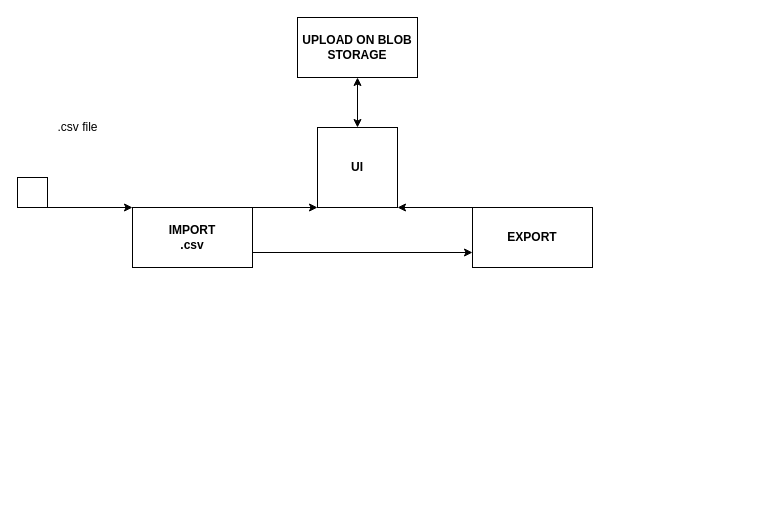
Earlier version of the draw.io diagram Untitled Diagram.drawio (jelenacoe/Intern). Source tidied: cells renumbered, new cells numbered last; positions are measured from the earlier drawing's top-left corner, leaving out a move shared by most shapes. Both pictures are drawn from the tidied source at 100%, with x=0, y=0 at pixel (17, 17).
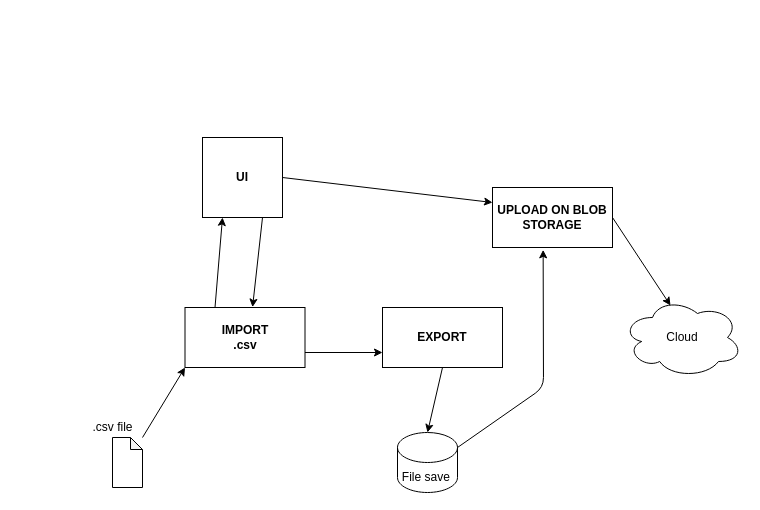
The same page after the edit.

The edit, as a diff of the source:
```diff
@@
-    <mxCell id="2" style="whiteSpace=wrap;html=1;" parent="1" vertex="1">
-      <mxGeometry y="160" width="30" height="30" as="geometry" />
-    </mxCell>
     <mxCell id="3" value="&lt;b&gt;IMPORT&lt;br&gt;.csv&lt;br&gt;&lt;/b&gt;" style="rounded=0;whiteSpace=wrap;html=1;" parent="1" vertex="1">
-      <mxGeometry x="115" y="190" width="120" height="60" as="geometry" />
+      <mxGeometry x="167.5" y="290" width="120" height="60" as="geometry" />
     </mxCell>
-    <mxCell id="4" style="endArrow=classic;html=1;exitX=0.75;exitY=1;exitDx=0;exitDy=0;entryX=0;entryY=0;entryDx=0;entryDy=0;" parent="1" edge="1" source="2" target="3">
-      <mxGeometry relative="1" as="geometry" />
+    <mxCell id="4" style="endArrow=classic;html=1;exitX=1;exitY=0;exitDx=0;exitDy=0;entryX=0;entryY=1;entryDx=0;entryDy=0;" parent="1" edge="1" target="3">
+      <mxGeometry relative="1" as="geometry">
+        <mxPoint x="125" y="420" as="sourcePoint" />
+        <Array as="points">
+          <mxPoint x="125" y="420" />
+        </Array>
+      </mxGeometry>
     </mxCell>
     <mxCell id="5" value="&lt;b&gt;EXPORT&lt;/b&gt;" style="rounded=0;whiteSpace=wrap;html=1;" parent="1" vertex="1">
-      <mxGeometry x="455" y="190" width="120" height="60" as="geometry" />
+      <mxGeometry x="365" y="290" width="120" height="60" as="geometry" />
     </mxCell>
     <mxCell id="6" value="&lt;b&gt;UI&lt;/b&gt;" style="whiteSpace=wrap;html=1;" parent="1" vertex="1">
-      <mxGeometry x="300" y="110" width="80" height="80" as="geometry" />
+      <mxGeometry x="185" y="120" width="80" height="80" as="geometry" />
     </mxCell>
     <mxCell id="7" value="&lt;b&gt;UPLOAD ON BLOB STORAGE&lt;/b&gt;" style="rounded=0;whiteSpace=wrap;html=1;" parent="1" vertex="1">
-      <mxGeometry x="280" width="120" height="60" as="geometry" />
+      <mxGeometry x="475" y="170" width="120" height="60" as="geometry" />
     </mxCell>
     <mxCell id="8" value=".csv file" style="text;html=1;align=center;verticalAlign=middle;" parent="1" vertex="1">
-      <mxGeometry x="30" y="100" width="60" height="20" as="geometry" />
+      <mxGeometry x="65" y="400" width="60" height="20" as="geometry" />
     </mxCell>
+    <mxCell id="11" style="endArrow=classic;html=1;exitX=1;exitY=0.75;exitDx=0;exitDy=0;entryX=0;entryY=0.75;entryDx=0;entryDy=0;" parent="1" edge="1" source="3" target="5">
+      <mxGeometry relative="1" as="geometry" />
+    </mxCell>
-    <mxCell id="9" style="endArrow=classic;html=1;exitX=1;exitY=0;exitDx=0;exitDy=0;entryX=0;entryY=1;entryDx=0;entryDy=0;" parent="1" edge="1" source="3" target="6">
+    <mxCell id="9" style="endArrow=classic;html=1;entryX=0.25;entryY=1;entryDx=0;entryDy=0;exitX=0.25;exitY=0;exitDx=0;exitDy=0;" parent="1" edge="1" source="3" target="6">
       <mxGeometry relative="1" as="geometry" />
     </mxCell>
-    <mxCell id="10" style="endArrow=classic;startArrow=classic;html=1;" parent="1" edge="1">
-      <mxGeometry relative="1" as="geometry">
-        <mxPoint x="340" y="60" as="sourcePoint" />
-        <mxPoint x="340" y="110" as="targetPoint" />
-      </mxGeometry>
-    </mxCell>
-    <mxCell id="11" style="endArrow=classic;html=1;exitX=1;exitY=0.75;exitDx=0;exitDy=0;entryX=0;entryY=0.75;entryDx=0;entryDy=0;" parent="1" edge="1" source="3" target="5">
-      <mxGeometry relative="1" as="geometry" />
-    </mxCell>
-    <mxCell id="12" style="endArrow=classic;html=1;exitX=0;exitY=0;exitDx=0;exitDy=0;entryX=1;entryY=1;entryDx=0;entryDy=0;" parent="1" edge="1" source="5" target="6">
-      <mxGeometry relative="1" as="geometry" />
-    </mxCell>
+    <mxCell id="13" style="endArrow=classic;html=1;entryX=0.563;entryY=-0.006;entryDx=0;entryDy=0;entryPerimeter=0;exitX=0.75;exitY=1;exitDx=0;exitDy=0;" parent="1" edge="1" source="6" target="3">
+      <mxGeometry relative="1" as="geometry" />
+    </mxCell>
+    <mxCell id="14" style="shape=note;whiteSpace=wrap;html=1;backgroundOutline=1;darkOpacity=0.05;size=12;" parent="1" vertex="1">
+      <mxGeometry x="95" y="420" width="30" height="50" as="geometry" />
+    </mxCell>
+    <mxCell id="15" style="endArrow=classic;html=1;exitX=1;exitY=0.5;exitDx=0;exitDy=0;entryX=0;entryY=0.25;entryDx=0;entryDy=0;" parent="1" edge="1" source="6" target="7">
+      <mxGeometry relative="1" as="geometry" />
+    </mxCell>
+    <mxCell id="16" value="Cloud" style="ellipse;shape=cloud;whiteSpace=wrap;html=1;" parent="1" vertex="1">
+      <mxGeometry x="605" y="280" width="120" height="80" as="geometry" />
+    </mxCell>
+    <mxCell id="17" style="shape=cylinder3;whiteSpace=wrap;html=1;boundedLbl=1;backgroundOutline=1;size=15;" parent="1" vertex="1">
+      <mxGeometry x="380" y="415" width="60" height="60" as="geometry" />
+    </mxCell>
+    <mxCell id="18" style="endArrow=classic;html=1;exitX=0.5;exitY=1;exitDx=0;exitDy=0;entryX=0.5;entryY=0;entryDx=0;entryDy=0;entryPerimeter=0;" parent="1" edge="1" source="5" target="17">
+      <mxGeometry relative="1" as="geometry" />
+    </mxCell>
+    <mxCell id="19" style="endArrow=classic;html=1;exitX=1;exitY=0;exitDx=0;exitDy=15;exitPerimeter=0;entryX=0.422;entryY=1.039;entryDx=0;entryDy=0;entryPerimeter=0;" parent="1" edge="1" source="17" target="7">
+      <mxGeometry relative="1" as="geometry">
+        <Array as="points">
+          <mxPoint x="526" y="370" />
+        </Array>
+      </mxGeometry>
+    </mxCell>
+    <mxCell id="20" style="endArrow=classic;html=1;exitX=1;exitY=0.5;exitDx=0;exitDy=0;entryX=0.4;entryY=0.1;entryDx=0;entryDy=0;entryPerimeter=0;" parent="1" edge="1" source="7" target="16">
+      <mxGeometry relative="1" as="geometry" />
+    </mxCell>
+    <mxCell id="21" value="File save&amp;nbsp;" style="text;html=1;align=center;verticalAlign=middle;" parent="1" vertex="1">
+      <mxGeometry x="375" y="450" width="70" height="20" as="geometry" />
+    </mxCell>
```
